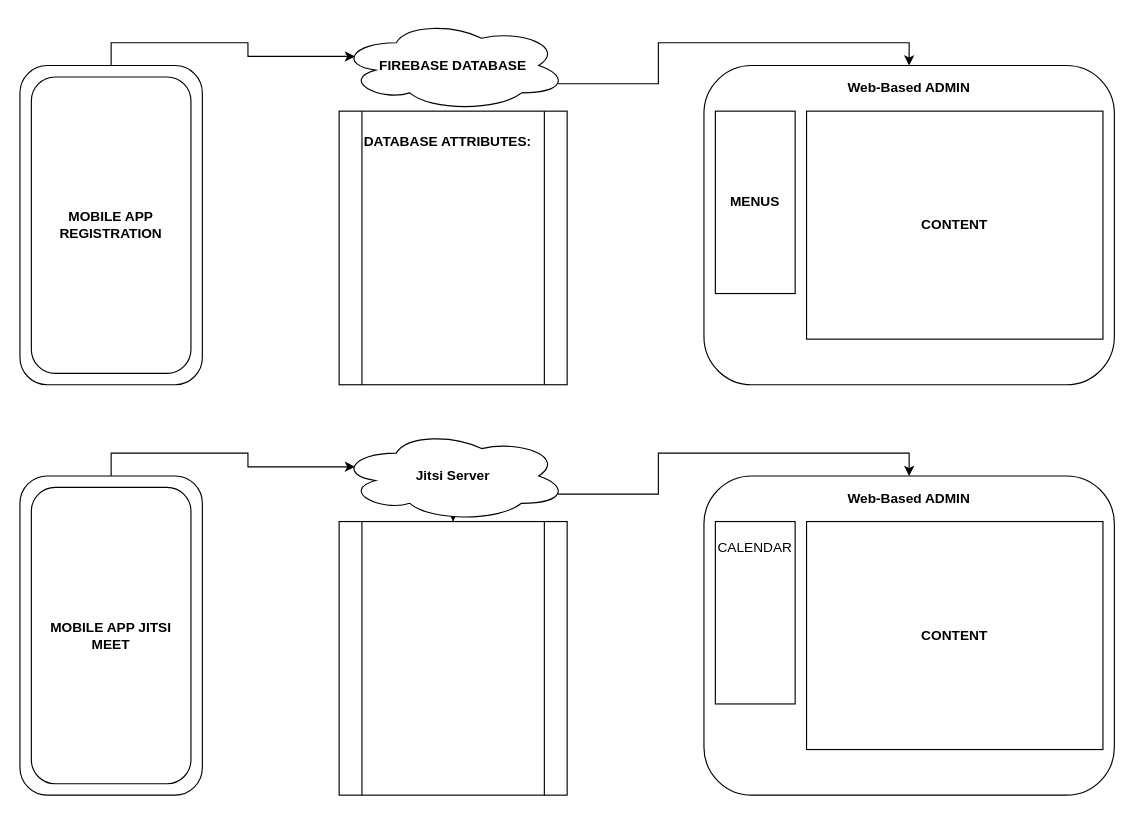
ibiki-proj/DIR-proj keeps this draw.io diagram as Untitled Diagram.drawio. Above is the earlier version. Source tidied: cells renumbered, new cells numbered last; positions are measured from the earlier drawing's top-left corner, leaving out a move shared by most shapes. Both pictures are drawn from the tidied source at 114%, with x=0, y=0 at pixel (19, 19).
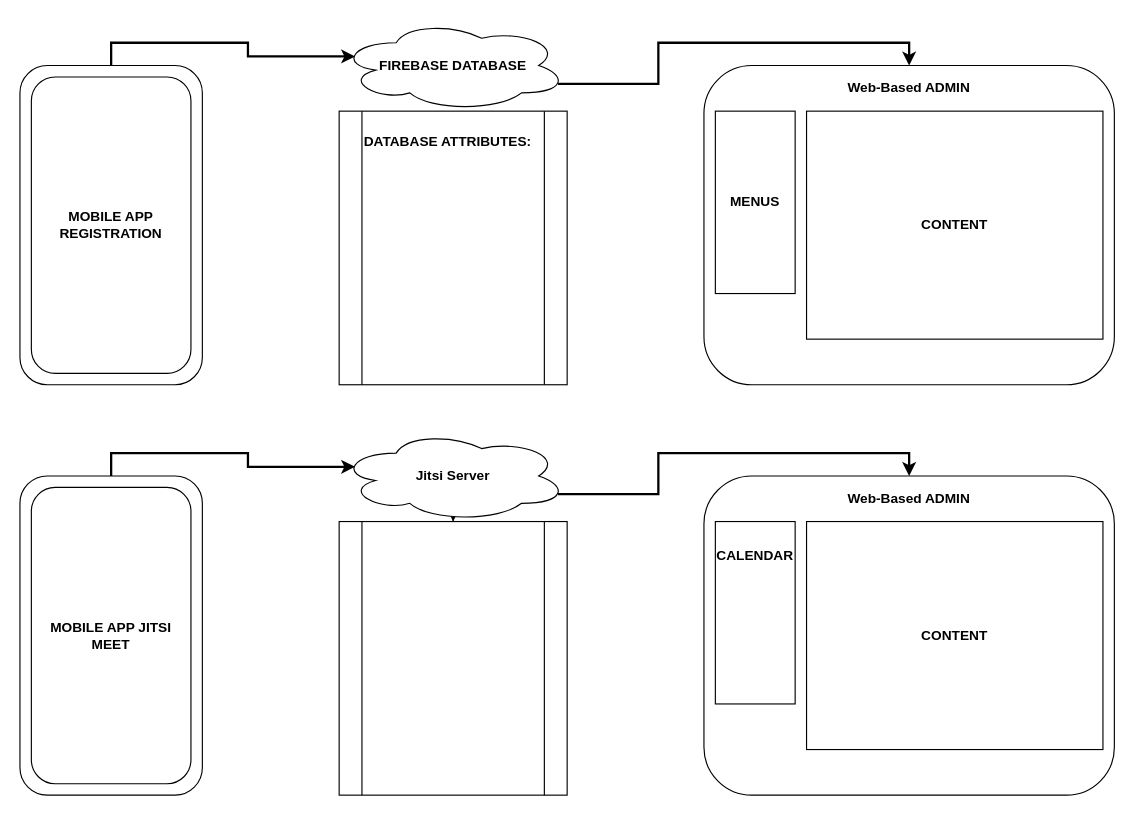
Above is the later version.

Unchanged cells that the change refers to:
```xml
<mxCell id="4" value="&lt;b&gt;Web-Based ADMIN&lt;/b&gt;" style="text;html=1;strokeColor=none;fillColor=none;align=center;verticalAlign=middle;whiteSpace=wrap;rounded=0;" parent="2" vertex="1">
  <mxGeometry width="360" height="40" as="geometry" />
</mxCell>
<mxCell id="8" style="rounded=1;whiteSpace=wrap;html=1;" parent="7" vertex="1">
  <mxGeometry width="160" height="280" as="geometry" />
</mxCell>
<mxCell id="11" value="&lt;span&gt;FIREBASE DATABASE&lt;br&gt;&lt;/span&gt;" style="ellipse;shape=cloud;whiteSpace=wrap;html=1;fontStyle=1;" parent="10" vertex="1">
  <mxGeometry width="200" height="80" as="geometry" />
</mxCell>
<mxCell id="14" style="group;" parent="1" vertex="1">
  <mxGeometry x="600" y="400" width="360" height="280" as="geometry" />
</mxCell>
<mxCell id="16" value="&lt;b&gt;Web-Based ADMIN&lt;/b&gt;" style="text;html=1;strokeColor=none;fillColor=none;align=center;verticalAlign=middle;whiteSpace=wrap;rounded=0;" parent="14" vertex="1">
  <mxGeometry width="360" height="40" as="geometry" />
</mxCell>
<mxCell id="20" style="rounded=1;whiteSpace=wrap;html=1;" parent="19" vertex="1">
  <mxGeometry width="160" height="280" as="geometry" />
</mxCell>
<mxCell id="24" value="&lt;span&gt;Jitsi Server&lt;br&gt;&lt;/span&gt;" style="ellipse;shape=cloud;whiteSpace=wrap;html=1;fontStyle=1;" parent="22" vertex="1">
  <mxGeometry width="200" height="80" as="geometry" />
</mxCell>
```

What changed in the source:
```diff
@@
-    <mxCell id="13" style="edgeStyle=orthogonalEdgeStyle;rounded=0;jettySize=auto;html=1;exitX=0.5;exitY=0;exitDx=0;exitDy=0;entryX=0.07;entryY=0.4;entryDx=0;entryDy=0;entryPerimeter=0;strokeWidth=1;" parent="1" edge="1" source="20" target="24">
+    <mxCell id="13" style="edgeStyle=orthogonalEdgeStyle;rounded=0;jettySize=auto;html=1;exitX=0.5;exitY=0;exitDx=0;exitDy=0;entryX=0.07;entryY=0.4;entryDx=0;entryDy=0;entryPerimeter=0;strokeWidth=2;" parent="1" edge="1" source="20" target="24">
       <mxGeometry relative="1" as="geometry">
         <Array as="points">
           <mxPoint x="80" y="380" />
           <mxPoint x="200" y="380" />
           <mxPoint x="200" y="392" />
         </Array>
       </mxGeometry>
     </mxCell>
@@
-    <mxCell id="17" value="&lt;div style=&quot;text-align: left&quot;&gt;&lt;span&gt;CALENDAR&lt;/span&gt;&lt;/div&gt;&lt;div style=&quot;text-align: left&quot;&gt;&lt;br&gt;&lt;/div&gt;&lt;br&gt;&lt;br&gt;&lt;br&gt;&lt;br&gt;&lt;br&gt;&lt;br&gt;&lt;br&gt;" style="rounded=0;whiteSpace=wrap;html=1;" parent="14" vertex="1">
+    <mxCell id="17" value="&lt;div style=&quot;text-align: left&quot;&gt;&lt;span&gt;&lt;b&gt;CALENDAR&lt;/b&gt;&lt;/span&gt;&lt;/div&gt;&lt;div style=&quot;text-align: left&quot;&gt;&lt;br&gt;&lt;/div&gt;&lt;br&gt;&lt;br&gt;&lt;br&gt;&lt;br&gt;&lt;br&gt;&lt;br&gt;" style="rounded=0;whiteSpace=wrap;html=1;" parent="14" vertex="1">
       <mxGeometry x="10" y="40" width="70" height="160" as="geometry" />
     </mxCell>
@@
-    <mxCell id="26" style="edgeStyle=orthogonalEdgeStyle;rounded=0;jettySize=auto;html=1;exitX=0.96;exitY=0.7;exitDx=0;exitDy=0;exitPerimeter=0;entryX=0.5;entryY=0;entryDx=0;entryDy=0;strokeWidth=1;" parent="1" edge="1" source="24" target="16">
+    <mxCell id="26" style="edgeStyle=orthogonalEdgeStyle;rounded=0;jettySize=auto;html=1;exitX=0.96;exitY=0.7;exitDx=0;exitDy=0;exitPerimeter=0;entryX=0.5;entryY=0;entryDx=0;entryDy=0;strokeWidth=2;" parent="1" edge="1" source="24" target="16">
       <mxGeometry relative="1" as="geometry">
         <Array as="points">
           <mxPoint x="560" y="416" />
           <mxPoint x="560" y="380" />
           <mxPoint x="780" y="380" />
         </Array>
       </mxGeometry>
     </mxCell>
-    <mxCell id="27" style="edgeStyle=orthogonalEdgeStyle;rounded=0;jettySize=auto;html=1;exitX=0.5;exitY=0;exitDx=0;exitDy=0;entryX=0.07;entryY=0.4;entryDx=0;entryDy=0;entryPerimeter=0;strokeWidth=1;" parent="1" edge="1" source="8" target="11">
+    <mxCell id="27" style="edgeStyle=orthogonalEdgeStyle;rounded=0;jettySize=auto;html=1;exitX=0.5;exitY=0;exitDx=0;exitDy=0;entryX=0.07;entryY=0.4;entryDx=0;entryDy=0;entryPerimeter=0;strokeWidth=2;" parent="1" edge="1" source="8" target="11">
       <mxGeometry relative="1" as="geometry">
         <Array as="points">
           <mxPoint x="80" y="20" />
           <mxPoint x="200" y="20" />
           <mxPoint x="200" y="32" />
         </Array>
       </mxGeometry>
     </mxCell>
-    <mxCell id="28" style="edgeStyle=orthogonalEdgeStyle;rounded=0;jettySize=auto;html=1;exitX=0.96;exitY=0.7;exitDx=0;exitDy=0;exitPerimeter=0;entryX=0.5;entryY=0;entryDx=0;entryDy=0;strokeWidth=1;" parent="1" edge="1" source="11" target="4">
+    <mxCell id="28" style="edgeStyle=orthogonalEdgeStyle;rounded=0;jettySize=auto;html=1;exitX=0.96;exitY=0.7;exitDx=0;exitDy=0;exitPerimeter=0;entryX=0.5;entryY=0;entryDx=0;entryDy=0;strokeWidth=2;" parent="1" edge="1" source="11" target="4">
       <mxGeometry relative="1" as="geometry">
         <Array as="points">
           <mxPoint x="560" y="56" />
           <mxPoint x="560" y="20" />
           <mxPoint x="780" y="20" />
         </Array>
       </mxGeometry>
     </mxCell>
```
